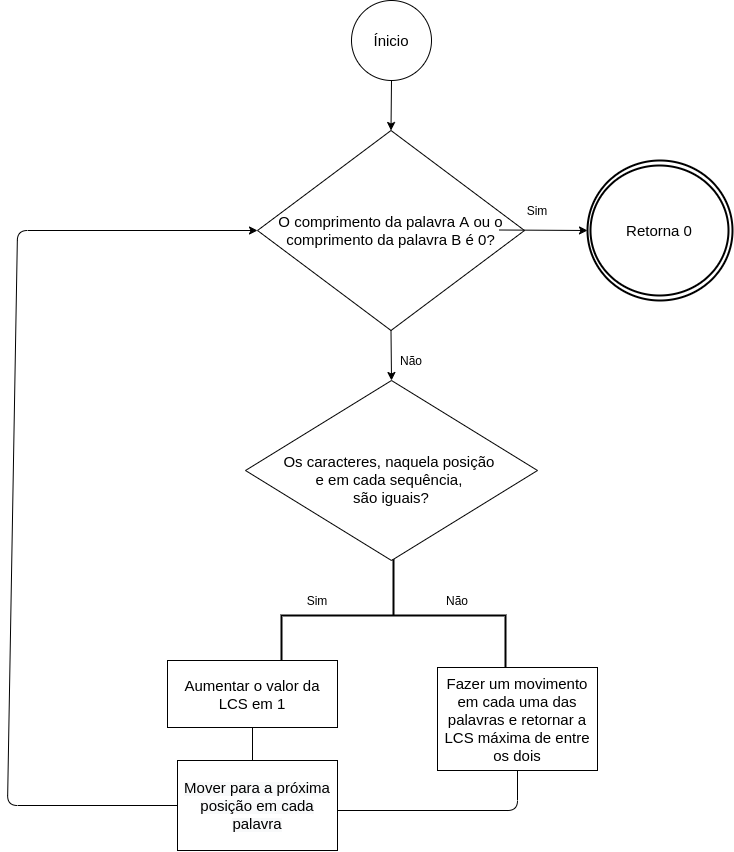
Above: fluxo/recursive.png in sofiamoniz/AA1st (draw.io), before the change. Source tidied: cells renumbered, new cells last; positions are measured from the earlier drawing's top-left corner, leaving out a move shared by most shapes. Source of this version:
```xml
<mxGraphModel>
  <root>
    <mxCell id="0" />
    <mxCell id="1" parent="0" />
    <mxCell id="2" value="&lt;font style=&quot;font-size: 15px&quot;&gt;Ínicio&lt;/font&gt;" style="ellipse;whiteSpace=wrap;html=1;" parent="1" vertex="1">
      <mxGeometry x="344" width="80" height="80" as="geometry" />
    </mxCell>
    <mxCell id="3" value="&lt;font style=&quot;font-size: 15px&quot;&gt;O comprimento da palavra A ou o comprimento da palavra B é 0?&lt;/font&gt;" style="rhombus;whiteSpace=wrap;html=1;" parent="1" vertex="1">
      <mxGeometry x="250" y="130" width="267" height="200" as="geometry" />
    </mxCell>
    <mxCell id="4" style="endArrow=classic;html=1;exitX=1;exitY=0.5;exitDx=0;exitDy=0;" parent="1" edge="1">
      <mxGeometry relative="1" as="geometry">
        <mxPoint x="492" y="229.5" as="sourcePoint" />
        <mxPoint x="580" y="230" as="targetPoint" />
      </mxGeometry>
    </mxCell>
    <mxCell id="5" style="strokeWidth=2;html=1;shape=mxgraph.flowchart.start_2;whiteSpace=wrap;" parent="1" vertex="1">
      <mxGeometry x="580" y="160" width="145" height="140" as="geometry" />
    </mxCell>
    <mxCell id="6" value="&lt;font style=&quot;font-size: 15px&quot;&gt;Retorna 0&lt;/font&gt;" style="strokeWidth=2;html=1;shape=mxgraph.flowchart.start_2;whiteSpace=wrap;" parent="1" vertex="1">
      <mxGeometry x="583" y="165" width="138" height="130" as="geometry" />
    </mxCell>
    <mxCell id="7" style="endArrow=classic;html=1;entryX=0.5;entryY=0;entryDx=0;entryDy=0;" parent="1" edge="1" target="3">
      <mxGeometry relative="1" as="geometry">
        <mxPoint x="384" y="80" as="sourcePoint" />
      </mxGeometry>
    </mxCell>
    <mxCell id="8" value="Sim" style="text;html=1;strokeColor=none;fillColor=none;align=center;verticalAlign=middle;whiteSpace=wrap;rounded=0;" parent="1" vertex="1">
      <mxGeometry x="510" y="200" width="40" height="20" as="geometry" />
    </mxCell>
    <mxCell id="9" style="endArrow=classic;html=1;exitX=0.5;exitY=1;exitDx=0;exitDy=0;entryX=0.5;entryY=0;entryDx=0;entryDy=0;" parent="1" edge="1" source="3" target="11">
      <mxGeometry relative="1" as="geometry" />
    </mxCell>
    <mxCell id="10" value="Não" style="text;html=1;strokeColor=none;fillColor=none;align=center;verticalAlign=middle;whiteSpace=wrap;rounded=0;" parent="1" vertex="1">
      <mxGeometry x="384" y="350" width="40" height="20" as="geometry" />
    </mxCell>
    <mxCell id="11" value="&lt;font style=&quot;font-size: 15px&quot;&gt;&lt;br&gt;Os caracteres, naquela posição &lt;br&gt;e em cada sequência, &lt;br&gt;são iguais?&lt;/font&gt;" style="rhombus;whiteSpace=wrap;html=1;" parent="1" vertex="1">
      <mxGeometry x="238" y="380" width="292" height="180" as="geometry" />
    </mxCell>
    <mxCell id="12" style="strokeWidth=2;html=1;shape=mxgraph.flowchart.annotation_2;align=left;labelPosition=right;rotation=90;" parent="1" vertex="1">
      <mxGeometry x="330" y="503" width="112" height="224" as="geometry" />
    </mxCell>
    <mxCell id="13" value="Sim" style="text;html=1;strokeColor=none;fillColor=none;align=center;verticalAlign=middle;whiteSpace=wrap;rounded=0;" parent="1" vertex="1">
      <mxGeometry x="290" y="590" width="40" height="20" as="geometry" />
    </mxCell>
    <mxCell id="14" value="Não" style="text;html=1;strokeColor=none;fillColor=none;align=center;verticalAlign=middle;whiteSpace=wrap;rounded=0;" parent="1" vertex="1">
      <mxGeometry x="430" y="590" width="40" height="20" as="geometry" />
    </mxCell>
    <mxCell id="15" value="&lt;font style=&quot;font-size: 15px&quot;&gt;Aumentar o valor da LCS em 1&lt;/font&gt;" style="rounded=0;whiteSpace=wrap;html=1;" parent="1" vertex="1">
      <mxGeometry x="160" y="660" width="170" height="67" as="geometry" />
    </mxCell>
    <mxCell id="16" style="endArrow=classic;html=1;exitX=0;exitY=0.5;exitDx=0;exitDy=0;entryX=0;entryY=0.5;entryDx=0;entryDy=0;" parent="1" edge="1" source="17" target="3">
      <mxGeometry relative="1" as="geometry">
        <Array as="points">
          <mxPoint y="805" />
          <mxPoint x="10" y="230" />
        </Array>
      </mxGeometry>
    </mxCell>
    <mxCell id="17" value="&lt;span style=&quot;color: rgb(0 , 0 , 0) ; font-family: &amp;#34;helvetica&amp;#34; ; font-style: normal ; font-weight: 400 ; letter-spacing: normal ; text-align: center ; text-indent: 0px ; text-transform: none ; word-spacing: 0px ; background-color: rgb(248 , 249 , 250) ; display: inline ; float: none&quot;&gt;&lt;font style=&quot;font-size: 15px&quot;&gt;Mover para a próxima posição em cada palavra&lt;/font&gt;&lt;/span&gt;" style="rounded=0;whiteSpace=wrap;html=1;" parent="1" vertex="1">
      <mxGeometry x="170" y="760" width="160" height="90" as="geometry" />
    </mxCell>
    <mxCell id="18" style="endArrow=none;html=1;entryX=0.5;entryY=1;entryDx=0;entryDy=0;" parent="1" edge="1" target="15">
      <mxGeometry relative="1" as="geometry">
        <mxPoint x="245" y="760" as="sourcePoint" />
      </mxGeometry>
    </mxCell>
    <mxCell id="19" value="&lt;font style=&quot;font-size: 15px&quot;&gt;Fazer um movimento em cada uma das palavras e retornar a LCS máxima de entre os dois&lt;/font&gt;" style="rounded=0;whiteSpace=wrap;html=1;" parent="1" vertex="1">
      <mxGeometry x="430" y="667" width="160" height="103" as="geometry" />
    </mxCell>
    <mxCell id="20" style="endArrow=none;html=1;" parent="1" edge="1" target="19">
      <mxGeometry relative="1" as="geometry">
        <mxPoint x="330" y="810" as="sourcePoint" />
        <Array as="points">
          <mxPoint x="510" y="810" />
        </Array>
      </mxGeometry>
    </mxCell>
  </root>
</mxGraphModel>
```
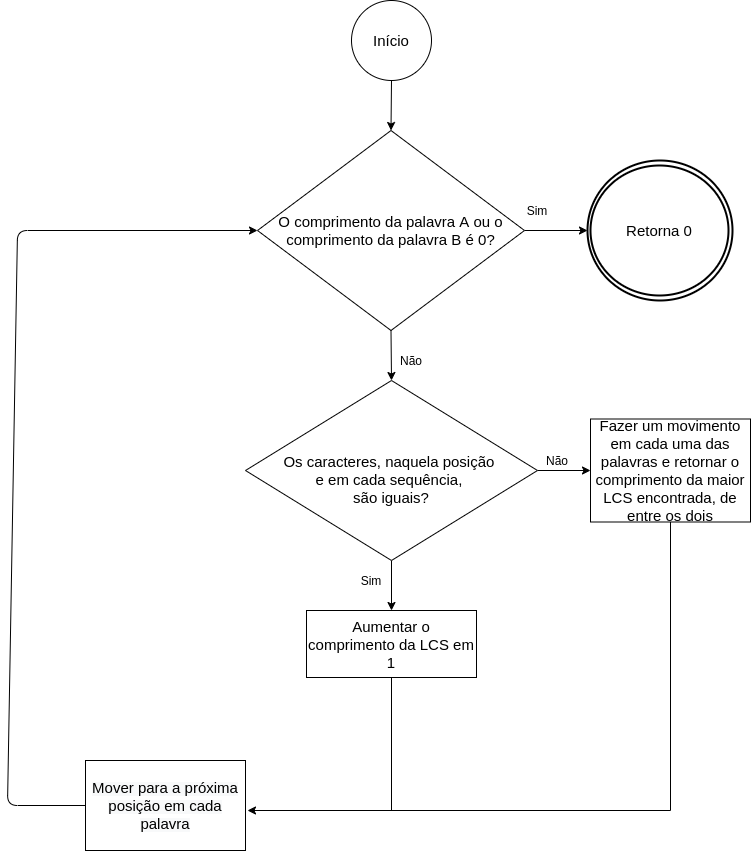
After the change.

The edit, as a diff of the source:
```diff
@@ -2,18 +2,15 @@
   <root>
     <mxCell id="0" />
     <mxCell id="1" parent="0" />
-    <mxCell id="2" value="&lt;font style=&quot;font-size: 15px&quot;&gt;Ínicio&lt;/font&gt;" style="ellipse;whiteSpace=wrap;html=1;" parent="1" vertex="1">
+    <mxCell id="2" value="&lt;font style=&quot;font-size: 15px&quot;&gt;Início&lt;/font&gt;" style="ellipse;whiteSpace=wrap;html=1;" parent="1" vertex="1">
       <mxGeometry x="344" width="80" height="80" as="geometry" />
     </mxCell>
+    <mxCell id="21" style="edgeStyle=orthogonalEdgeStyle;rounded=0;jettySize=auto;html=1;endArrow=classic;endFill=1;entryX=0;entryY=0.5;entryDx=0;entryDy=0;entryPerimeter=0;" parent="1" edge="1" source="3" target="5">
+      <mxGeometry relative="1" as="geometry" />
+    </mxCell>
     <mxCell id="3" value="&lt;font style=&quot;font-size: 15px&quot;&gt;O comprimento da palavra A ou o comprimento da palavra B é 0?&lt;/font&gt;" style="rhombus;whiteSpace=wrap;html=1;" parent="1" vertex="1">
       <mxGeometry x="250" y="130" width="267" height="200" as="geometry" />
     </mxCell>
-    <mxCell id="4" style="endArrow=classic;html=1;exitX=1;exitY=0.5;exitDx=0;exitDy=0;" parent="1" edge="1">
-      <mxGeometry relative="1" as="geometry">
-        <mxPoint x="492" y="229.5" as="sourcePoint" />
-        <mxPoint x="580" y="230" as="targetPoint" />
-      </mxGeometry>
-    </mxCell>
     <mxCell id="5" style="strokeWidth=2;html=1;shape=mxgraph.flowchart.start_2;whiteSpace=wrap;" parent="1" vertex="1">
       <mxGeometry x="580" y="160" width="145" height="140" as="geometry" />
     </mxCell>
@@ -34,20 +31,31 @@
     <mxCell id="10" value="Não" style="text;html=1;strokeColor=none;fillColor=none;align=center;verticalAlign=middle;whiteSpace=wrap;rounded=0;" parent="1" vertex="1">
       <mxGeometry x="384" y="350" width="40" height="20" as="geometry" />
     </mxCell>
+    <mxCell id="22" style="edgeStyle=orthogonalEdgeStyle;rounded=0;jettySize=auto;html=1;entryX=0;entryY=0.5;entryDx=0;entryDy=0;" parent="1" edge="1" source="11" target="19">
+      <mxGeometry relative="1" as="geometry" />
+    </mxCell>
+    <mxCell id="23" style="edgeStyle=orthogonalEdgeStyle;rounded=0;jettySize=auto;html=1;entryX=0.5;entryY=0;entryDx=0;entryDy=0;" parent="1" edge="1" source="11" target="15">
+      <mxGeometry relative="1" as="geometry" />
+    </mxCell>
     <mxCell id="11" value="&lt;font style=&quot;font-size: 15px&quot;&gt;&lt;br&gt;Os caracteres, naquela posição &lt;br&gt;e em cada sequência, &lt;br&gt;são iguais?&lt;/font&gt;" style="rhombus;whiteSpace=wrap;html=1;" parent="1" vertex="1">
       <mxGeometry x="238" y="380" width="292" height="180" as="geometry" />
     </mxCell>
-    <mxCell id="12" style="strokeWidth=2;html=1;shape=mxgraph.flowchart.annotation_2;align=left;labelPosition=right;rotation=90;" parent="1" vertex="1">
-      <mxGeometry x="330" y="503" width="112" height="224" as="geometry" />
-    </mxCell>
     <mxCell id="13" value="Sim" style="text;html=1;strokeColor=none;fillColor=none;align=center;verticalAlign=middle;whiteSpace=wrap;rounded=0;" parent="1" vertex="1">
-      <mxGeometry x="290" y="590" width="40" height="20" as="geometry" />
+      <mxGeometry x="344" y="570" width="40" height="20" as="geometry" />
     </mxCell>
     <mxCell id="14" value="Não" style="text;html=1;strokeColor=none;fillColor=none;align=center;verticalAlign=middle;whiteSpace=wrap;rounded=0;" parent="1" vertex="1">
-      <mxGeometry x="430" y="590" width="40" height="20" as="geometry" />
+      <mxGeometry x="530" y="450" width="40" height="20" as="geometry" />
     </mxCell>
+    <mxCell id="24" style="edgeStyle=orthogonalEdgeStyle;rounded=0;jettySize=auto;html=1;" parent="1" edge="1" source="15">
+      <mxGeometry relative="1" as="geometry">
+        <mxPoint x="240" y="810" as="targetPoint" />
+        <Array as="points">
+          <mxPoint x="384" y="810" />
+        </Array>
+      </mxGeometry>
+    </mxCell>
-    <mxCell id="15" value="&lt;font style=&quot;font-size: 15px&quot;&gt;Aumentar o valor da LCS em 1&lt;/font&gt;" style="rounded=0;whiteSpace=wrap;html=1;" parent="1" vertex="1">
-      <mxGeometry x="160" y="660" width="170" height="67" as="geometry" />
+    <mxCell id="15" value="&lt;font style=&quot;font-size: 15px&quot;&gt;Aumentar o comprimento da LCS em 1&lt;/font&gt;" style="rounded=0;whiteSpace=wrap;html=1;" parent="1" vertex="1">
+      <mxGeometry x="299" y="610" width="170" height="67" as="geometry" />
     </mxCell>
     <mxCell id="16" style="endArrow=classic;html=1;exitX=0;exitY=0.5;exitDx=0;exitDy=0;entryX=0;entryY=0.5;entryDx=0;entryDy=0;" parent="1" edge="1" source="17" target="3">
       <mxGeometry relative="1" as="geometry">
@@ -58,23 +66,18 @@
       </mxGeometry>
     </mxCell>
     <mxCell id="17" value="&lt;span style=&quot;color: rgb(0 , 0 , 0) ; font-family: &amp;#34;helvetica&amp;#34; ; font-style: normal ; font-weight: 400 ; letter-spacing: normal ; text-align: center ; text-indent: 0px ; text-transform: none ; word-spacing: 0px ; background-color: rgb(248 , 249 , 250) ; display: inline ; float: none&quot;&gt;&lt;font style=&quot;font-size: 15px&quot;&gt;Mover para a próxima posição em cada palavra&lt;/font&gt;&lt;/span&gt;" style="rounded=0;whiteSpace=wrap;html=1;" parent="1" vertex="1">
-      <mxGeometry x="170" y="760" width="160" height="90" as="geometry" />
+      <mxGeometry x="78" y="760" width="160" height="90" as="geometry" />
     </mxCell>
-    <mxCell id="18" style="endArrow=none;html=1;entryX=0.5;entryY=1;entryDx=0;entryDy=0;" parent="1" edge="1" target="15">
-      <mxGeometry relative="1" as="geometry">
-        <mxPoint x="245" y="760" as="sourcePoint" />
-      </mxGeometry>
-    </mxCell>
+    <mxCell id="25" style="edgeStyle=orthogonalEdgeStyle;rounded=0;jettySize=auto;html=1;endArrow=none;endFill=0;" parent="1" edge="1" source="19">
+      <mxGeometry relative="1" as="geometry">
+        <mxPoint x="370" y="810" as="targetPoint" />
+        <Array as="points">
+          <mxPoint x="663" y="810" />
+        </Array>
+      </mxGeometry>
+    </mxCell>
-    <mxCell id="19" value="&lt;font style=&quot;font-size: 15px&quot;&gt;Fazer um movimento em cada uma das palavras e retornar a LCS máxima de entre os dois&lt;/font&gt;" style="rounded=0;whiteSpace=wrap;html=1;" parent="1" vertex="1">
-      <mxGeometry x="430" y="667" width="160" height="103" as="geometry" />
+    <mxCell id="19" value="&lt;font style=&quot;font-size: 15px&quot;&gt;Fazer um movimento em cada uma das palavras e retornar o comprimento da maior LCS encontrada, de entre os dois&lt;/font&gt;" style="rounded=0;whiteSpace=wrap;html=1;" parent="1" vertex="1">
+      <mxGeometry x="583" y="418.5" width="160" height="103" as="geometry" />
     </mxCell>
-    <mxCell id="20" style="endArrow=none;html=1;" parent="1" edge="1" target="19">
-      <mxGeometry relative="1" as="geometry">
-        <mxPoint x="330" y="810" as="sourcePoint" />
-        <Array as="points">
-          <mxPoint x="510" y="810" />
-        </Array>
-      </mxGeometry>
-    </mxCell>
   </root>
 </mxGraphModel>
```
